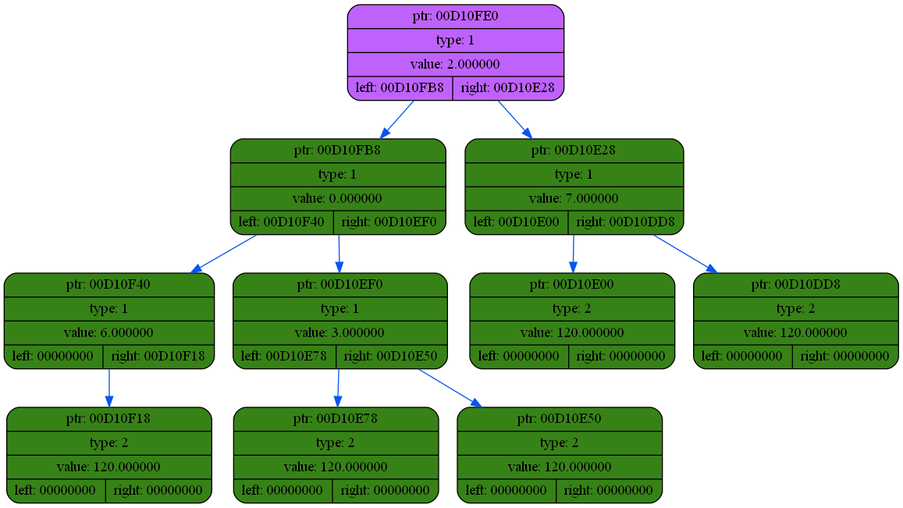
Earlier version of the Graphviz export dump/dump5.png (coffee8cat/differentiator). Its source is kept beside it as dump/dump5.dot.
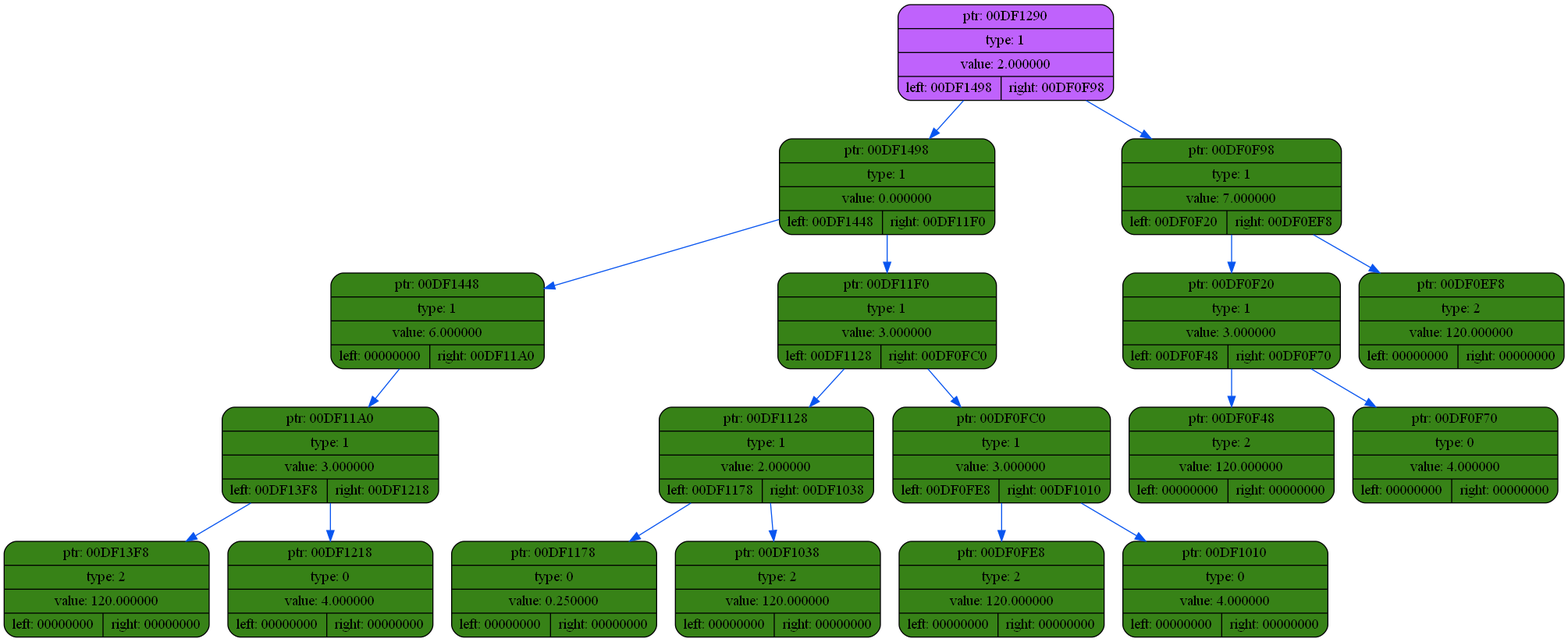
The same file after the commit.

Change to the diagram source:
```diff
@@ -2,23 +2,39 @@
 {
     rankdir=TP
 
-        node00D10FE0[shape=record,style="rounded,filled",fillcolor="#BF62FC",label="{ ptr: 00D10FE0 | type: 1 | value: 2.000000| { left: 00D10FB8 | right: 00D10E28 }}"];
-    node00D10FE0 -> node00D10FB8[color="#0855F0"]
-    node00D10FB8[shape=record,style="rounded,filled",fillcolor="#378217",label="{ ptr: 00D10FB8 | type: 1 | value: 0.000000| { left: 00D10F40 | right: 00D10EF0 }}"];
-    node00D10FB8 -> node00D10F40[color="#0855F0"]
-    node00D10F40[shape=record,style="rounded,filled",fillcolor="#378217",label="{ ptr: 00D10F40 | type: 1 | value: 6.000000| { left: 00000000 | right: 00D10F18 }}"];
-    node00D10F40 -> node00D10F18[color="#0855F0"]
-    node00D10F18[shape=record,style="rounded,filled",fillcolor="#378217",label="{ ptr: 00D10F18 | type: 2 | value: 120.000000| { left: 00000000 | right: 00000000 }}"];
-    node00D10FB8 -> node00D10EF0[color="#0855F0"]
-    node00D10EF0[shape=record,style="rounded,filled",fillcolor="#378217",label="{ ptr: 00D10EF0 | type: 1 | value: 3.000000| { left: 00D10E78 | right: 00D10E50 }}"];
-    node00D10EF0 -> node00D10E78[color="#0855F0"]
-    node00D10E78[shape=record,style="rounded,filled",fillcolor="#378217",label="{ ptr: 00D10E78 | type: 2 | value: 120.000000| { left: 00000000 | right: 00000000 }}"];
-    node00D10EF0 -> node00D10E50[color="#0855F0"]
-    node00D10E50[shape=record,style="rounded,filled",fillcolor="#378217",label="{ ptr: 00D10E50 | type: 2 | value: 120.000000| { left: 00000000 | right: 00000000 }}"];
-    node00D10FE0 -> node00D10E28[color="#0855F0"]
-    node00D10E28[shape=record,style="rounded,filled",fillcolor="#378217",label="{ ptr: 00D10E28 | type: 1 | value: 7.000000| { left: 00D10E00 | right: 00D10DD8 }}"];
-    node00D10E28 -> node00D10E00[color="#0855F0"]
-    node00D10E00[shape=record,style="rounded,filled",fillcolor="#378217",label="{ ptr: 00D10E00 | type: 2 | value: 120.000000| { left: 00000000 | right: 00000000 }}"];
-    node00D10E28 -> node00D10DD8[color="#0855F0"]
-    node00D10DD8[shape=record,style="rounded,filled",fillcolor="#378217",label="{ ptr: 00D10DD8 | type: 2 | value: 120.000000| { left: 00000000 | right: 00000000 }}"];
+        node00DF1290[shape=record,style="rounded,filled",fillcolor="#BF62FC",label="{ ptr: 00DF1290 | type: 1 | value: 2.000000| { left: 00DF1498 | right: 00DF0F98 }}"];
+    node00DF1290 -> node00DF1498[color="#0855F0"]
+    node00DF1498[shape=record,style="rounded,filled",fillcolor="#378217",label="{ ptr: 00DF1498 | type: 1 | value: 0.000000| { left: 00DF1448 | right: 00DF11F0 }}"];
+    node00DF1498 -> node00DF1448[color="#0855F0"]
+    node00DF1448[shape=record,style="rounded,filled",fillcolor="#378217",label="{ ptr: 00DF1448 | type: 1 | value: 6.000000| { left: 00000000 | right: 00DF11A0 }}"];
+    node00DF1448 -> node00DF11A0[color="#0855F0"]
+    node00DF11A0[shape=record,style="rounded,filled",fillcolor="#378217",label="{ ptr: 00DF11A0 | type: 1 | value: 3.000000| { left: 00DF13F8 | right: 00DF1218 }}"];
+    node00DF11A0 -> node00DF13F8[color="#0855F0"]
+    node00DF13F8[shape=record,style="rounded,filled",fillcolor="#378217",label="{ ptr: 00DF13F8 | type: 2 | value: 120.000000| { left: 00000000 | right: 00000000 }}"];
+    node00DF11A0 -> node00DF1218[color="#0855F0"]
+    node00DF1218[shape=record,style="rounded,filled",fillcolor="#378217",label="{ ptr: 00DF1218 | type: 0 | value: 4.000000| { left: 00000000 | right: 00000000 }}"];
+    node00DF1498 -> node00DF11F0[color="#0855F0"]
+    node00DF11F0[shape=record,style="rounded,filled",fillcolor="#378217",label="{ ptr: 00DF11F0 | type: 1 | value: 3.000000| { left: 00DF1128 | right: 00DF0FC0 }}"];
+    node00DF11F0 -> node00DF1128[color="#0855F0"]
+    node00DF1128[shape=record,style="rounded,filled",fillcolor="#378217",label="{ ptr: 00DF1128 | type: 1 | value: 2.000000| { left: 00DF1178 | right: 00DF1038 }}"];
+    node00DF1128 -> node00DF1178[color="#0855F0"]
+    node00DF1178[shape=record,style="rounded,filled",fillcolor="#378217",label="{ ptr: 00DF1178 | type: 0 | value: 0.250000| { left: 00000000 | right: 00000000 }}"];
+    node00DF1128 -> node00DF1038[color="#0855F0"]
+    node00DF1038[shape=record,style="rounded,filled",fillcolor="#378217",label="{ ptr: 00DF1038 | type: 2 | value: 120.000000| { left: 00000000 | right: 00000000 }}"];
+    node00DF11F0 -> node00DF0FC0[color="#0855F0"]
+    node00DF0FC0[shape=record,style="rounded,filled",fillcolor="#378217",label="{ ptr: 00DF0FC0 | type: 1 | value: 3.000000| { left: 00DF0FE8 | right: 00DF1010 }}"];
+    node00DF0FC0 -> node00DF0FE8[color="#0855F0"]
+    node00DF0FE8[shape=record,style="rounded,filled",fillcolor="#378217",label="{ ptr: 00DF0FE8 | type: 2 | value: 120.000000| { left: 00000000 | right: 00000000 }}"];
+    node00DF0FC0 -> node00DF1010[color="#0855F0"]
+    node00DF1010[shape=record,style="rounded,filled",fillcolor="#378217",label="{ ptr: 00DF1010 | type: 0 | value: 4.000000| { left: 00000000 | right: 00000000 }}"];
+    node00DF1290 -> node00DF0F98[color="#0855F0"]
+    node00DF0F98[shape=record,style="rounded,filled",fillcolor="#378217",label="{ ptr: 00DF0F98 | type: 1 | value: 7.000000| { left: 00DF0F20 | right: 00DF0EF8 }}"];
+    node00DF0F98 -> node00DF0F20[color="#0855F0"]
+    node00DF0F20[shape=record,style="rounded,filled",fillcolor="#378217",label="{ ptr: 00DF0F20 | type: 1 | value: 3.000000| { left: 00DF0F48 | right: 00DF0F70 }}"];
+    node00DF0F20 -> node00DF0F48[color="#0855F0"]
+    node00DF0F48[shape=record,style="rounded,filled",fillcolor="#378217",label="{ ptr: 00DF0F48 | type: 2 | value: 120.000000| { left: 00000000 | right: 00000000 }}"];
+    node00DF0F20 -> node00DF0F70[color="#0855F0"]
+    node00DF0F70[shape=record,style="rounded,filled",fillcolor="#378217",label="{ ptr: 00DF0F70 | type: 0 | value: 4.000000| { left: 00000000 | right: 00000000 }}"];
+    node00DF0F98 -> node00DF0EF8[color="#0855F0"]
+    node00DF0EF8[shape=record,style="rounded,filled",fillcolor="#378217",label="{ ptr: 00DF0EF8 | type: 2 | value: 120.000000| { left: 00000000 | right: 00000000 }}"];
 }
```
